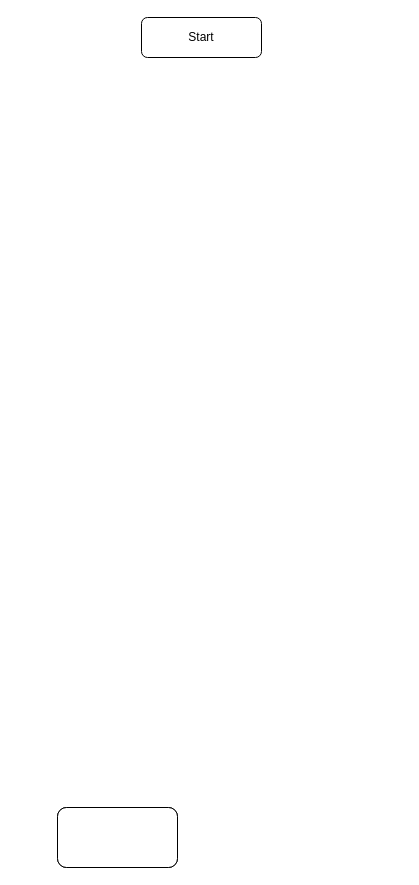
Before: Untitled Diagram.drawio in imamnurhy/flowchart, a draw.io diagram. Source tidied: cells renumbered, new cells numbered last; positions are measured from the earlier drawing's top-left corner, leaving out a move shared by most shapes. Both pictures are drawn from the tidied source at 100%, with x=0, y=0 at pixel (57, 17).
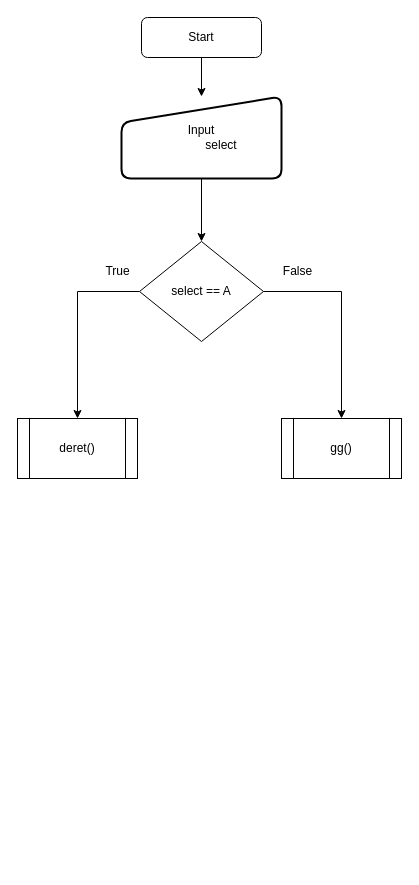
The same page after the edit.

The edit, as a diff of the source:
```diff
@@
 <mxGraphModel>
   <root>
     <mxCell id="0" />
     <mxCell id="1" parent="0" />
-    <mxCell id="2" style="rounded=1;whiteSpace=wrap;html=1;" parent="1" vertex="1">
-      <mxGeometry y="790" width="120" height="60" as="geometry" />
-    </mxCell>
-    <mxCell id="3" style="rounded=1;whiteSpace=wrap;html=1;" parent="1" vertex="1">
-      <mxGeometry y="790" width="120" height="60" as="geometry" />
-    </mxCell>
+    <mxCell id="5" style="edgeStyle=orthogonalEdgeStyle;rounded=0;jettySize=auto;html=1;" parent="1" edge="1" source="4" target="7">
+      <mxGeometry relative="1" as="geometry" />
+    </mxCell>
     <mxCell id="4" value="Start" style="rounded=1;whiteSpace=wrap;html=1;" parent="1" vertex="1">
       <mxGeometry x="84" width="120" height="40" as="geometry" />
     </mxCell>
+    <mxCell id="6" style="edgeStyle=orthogonalEdgeStyle;rounded=0;jettySize=auto;html=1;entryX=0.5;entryY=0;entryDx=0;entryDy=0;" parent="1" edge="1" source="7" target="10">
+      <mxGeometry relative="1" as="geometry" />
+    </mxCell>
+    <mxCell id="7" value="Input&lt;blockquote style=&quot;margin: 0 0 0 40px ; border: none ; padding: 0px&quot;&gt;&lt;div&gt;&lt;span&gt;select&lt;/span&gt;&lt;/div&gt;&lt;/blockquote&gt;" style="html=1;strokeWidth=2;shape=manualInput;whiteSpace=wrap;rounded=1;size=26;arcSize=19;align=center;verticalAlign=middle;" parent="1" vertex="1">
+      <mxGeometry x="64" y="79" width="160" height="82" as="geometry" />
+    </mxCell>
+    <mxCell id="8" style="edgeStyle=orthogonalEdgeStyle;rounded=0;jettySize=auto;html=1;" parent="1" edge="1" source="10" target="11">
+      <mxGeometry relative="1" as="geometry" />
+    </mxCell>
+    <mxCell id="9" style="edgeStyle=orthogonalEdgeStyle;rounded=0;jettySize=auto;html=1;" parent="1" edge="1" source="10" target="13">
+      <mxGeometry relative="1" as="geometry" />
+    </mxCell>
+    <mxCell id="10" value="select == A" style="rhombus;whiteSpace=wrap;html=1;align=center;" parent="1" vertex="1">
+      <mxGeometry x="82" y="224" width="124" height="100" as="geometry" />
+    </mxCell>
+    <mxCell id="11" value="deret()" style="shape=process;whiteSpace=wrap;html=1;backgroundOutline=1;" parent="1" vertex="1">
+      <mxGeometry x="-40" y="401" width="120" height="60" as="geometry" />
+    </mxCell>
+    <mxCell id="12" value="True" style="text;html=1;align=center;verticalAlign=middle;" parent="1" vertex="1">
+      <mxGeometry x="40" y="244" width="40" height="20" as="geometry" />
+    </mxCell>
+    <mxCell id="13" value="gg()" style="shape=process;whiteSpace=wrap;html=1;backgroundOutline=1;" parent="1" vertex="1">
+      <mxGeometry x="224" y="401" width="120" height="60" as="geometry" />
+    </mxCell>
+    <mxCell id="14" value="False" style="text;html=1;align=center;verticalAlign=middle;" parent="1" vertex="1">
+      <mxGeometry x="215" y="244" width="50" height="20" as="geometry" />
+    </mxCell>
   </root>
 </mxGraphModel>
```
